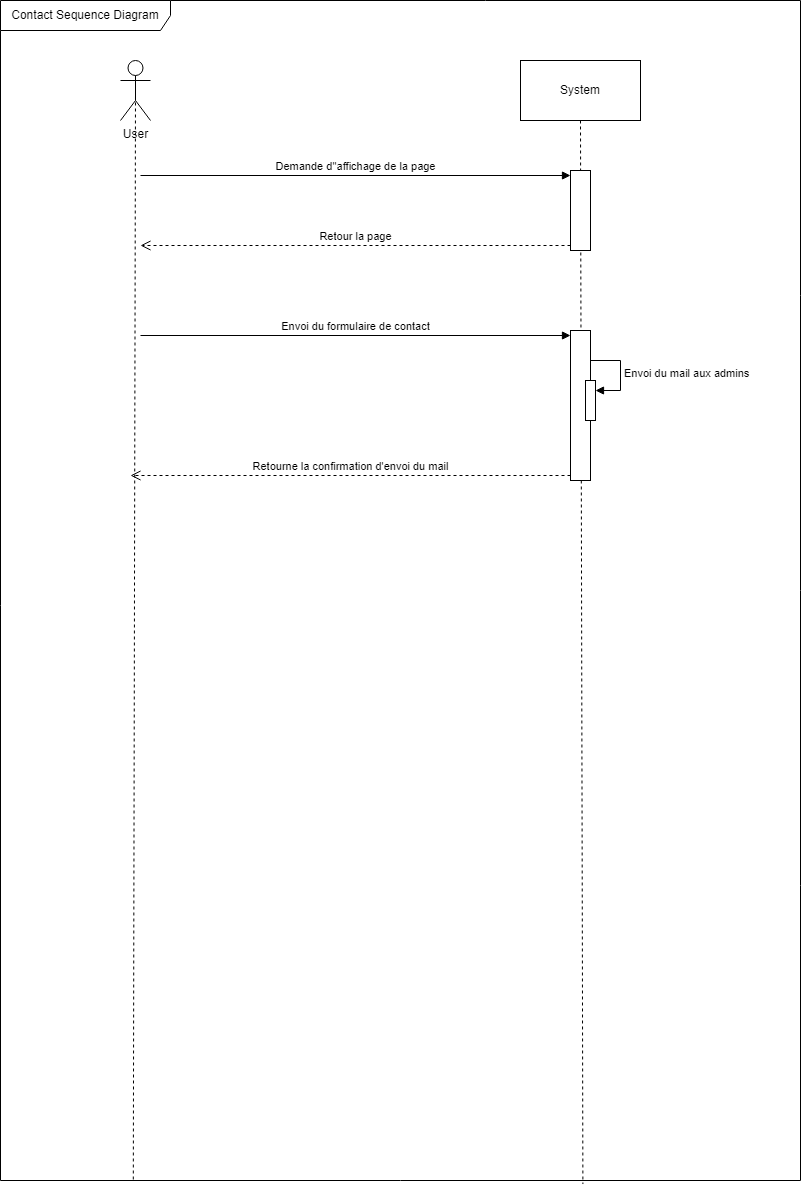
The draw.io diagram diagrammes/Projet_5_CHASSELOUP_Axel_DDS_ContactSequence.png in Axel92290/Projet_blog_php, before a commit. Source tidied: cells renumbered, new cells last; positions are measured from the earlier drawing's top-left corner, leaving out a move shared by most shapes. Its diagram source:
```xml
<mxGraphModel>
  <root>
    <mxCell id="0" />
    <mxCell id="1" parent="0" />
    <mxCell id="2" value="Contact Sequence Diagram" style="shape=umlFrame;whiteSpace=wrap;html=1;width=170;height=30;" parent="1" vertex="1">
      <mxGeometry width="800" height="1180" as="geometry" />
    </mxCell>
    <mxCell id="3" style="rounded=0;jettySize=auto;html=1;exitX=0.5;exitY=0.5;exitDx=0;exitDy=0;exitPerimeter=0;entryX=0.166;entryY=1.001;entryDx=0;entryDy=0;entryPerimeter=0;endArrow=none;endFill=0;dashed=1;" parent="1" edge="1" source="4" target="2">
      <mxGeometry relative="1" as="geometry" />
    </mxCell>
    <mxCell id="4" value="User&lt;br&gt;" style="shape=umlActor;verticalLabelPosition=bottom;verticalAlign=top;html=1;" parent="1" vertex="1">
      <mxGeometry x="120" y="60" width="30" height="60" as="geometry" />
    </mxCell>
    <mxCell id="5" style="rounded=0;jettySize=auto;html=1;exitX=0.5;exitY=1;exitDx=0;exitDy=0;entryX=0.728;entryY=1.003;entryDx=0;entryDy=0;entryPerimeter=0;endArrow=none;endFill=0;dashed=1;" parent="1" edge="1" source="6" target="2">
      <mxGeometry relative="1" as="geometry" />
    </mxCell>
    <mxCell id="6" value="System" style="rounded=0;whiteSpace=wrap;html=1;" parent="1" vertex="1">
      <mxGeometry x="520" y="60" width="120" height="60" as="geometry" />
    </mxCell>
    <mxCell id="7" style="html=1;points=[[0,0,0,0,5],[0,1,0,0,-5],[1,0,0,0,5],[1,1,0,0,-5]];perimeter=orthogonalPerimeter;outlineConnect=0;targetShapes=umlLifeline;portConstraint=eastwest;newEdgeStyle={&quot;curved&quot;:0,&quot;rounded&quot;:0};" parent="1" vertex="1">
      <mxGeometry x="570" y="170" width="20" height="80" as="geometry" />
    </mxCell>
    <mxCell id="8" value="Demande d''affichage de la page" style="html=1;verticalAlign=bottom;endArrow=block;curved=0;rounded=0;entryX=0;entryY=0;entryDx=0;entryDy=5;" parent="1" edge="1" target="7">
      <mxGeometry relative="1" as="geometry">
        <mxPoint x="140" y="175" as="sourcePoint" />
      </mxGeometry>
    </mxCell>
    <mxCell id="9" value="Retour la page" style="html=1;verticalAlign=bottom;endArrow=open;dashed=1;endSize=8;curved=0;rounded=0;exitX=0;exitY=1;exitDx=0;exitDy=-5;" parent="1" edge="1" source="7">
      <mxGeometry relative="1" as="geometry">
        <mxPoint x="140" y="245" as="targetPoint" />
      </mxGeometry>
    </mxCell>
    <mxCell id="10" style="html=1;points=[[0,0,0,0,5],[0,1,0,0,-5],[1,0,0,0,5],[1,1,0,0,-5]];perimeter=orthogonalPerimeter;outlineConnect=0;targetShapes=umlLifeline;portConstraint=eastwest;newEdgeStyle={&quot;curved&quot;:0,&quot;rounded&quot;:0};" parent="1" vertex="1">
      <mxGeometry x="570" y="330" width="20" height="150" as="geometry" />
    </mxCell>
    <mxCell id="11" value="Envoi du formulaire de contact" style="html=1;verticalAlign=bottom;endArrow=block;curved=0;rounded=0;entryX=0;entryY=0;entryDx=0;entryDy=5;" parent="1" edge="1" target="10">
      <mxGeometry relative="1" as="geometry">
        <mxPoint x="140" y="335" as="sourcePoint" />
      </mxGeometry>
    </mxCell>
    <mxCell id="12" value="Retourne la confirmation d'envoi du mail" style="html=1;verticalAlign=bottom;endArrow=open;dashed=1;endSize=8;curved=0;rounded=0;exitX=0;exitY=1;exitDx=0;exitDy=-5;" parent="1" edge="1" source="10">
      <mxGeometry relative="1" as="geometry">
        <mxPoint x="130" y="475" as="targetPoint" />
      </mxGeometry>
    </mxCell>
    <mxCell id="13" style="html=1;points=[[0,0,0,0,5],[0,1,0,0,-5],[1,0,0,0,5],[1,1,0,0,-5]];perimeter=orthogonalPerimeter;outlineConnect=0;targetShapes=umlLifeline;portConstraint=eastwest;newEdgeStyle={&quot;curved&quot;:0,&quot;rounded&quot;:0};" parent="1" vertex="1">
      <mxGeometry x="585" y="380" width="10" height="40" as="geometry" />
    </mxCell>
    <mxCell id="14" value="Envoi du mail aux admins" style="html=1;align=left;spacingLeft=2;endArrow=block;rounded=0;edgeStyle=orthogonalEdgeStyle;curved=0;rounded=0;" parent="1" edge="1" target="13">
      <mxGeometry relative="1" as="geometry">
        <mxPoint x="590" y="360" as="sourcePoint" />
        <Array as="points">
          <mxPoint x="620" y="390" />
        </Array>
      </mxGeometry>
    </mxCell>
  </root>
</mxGraphModel>
```
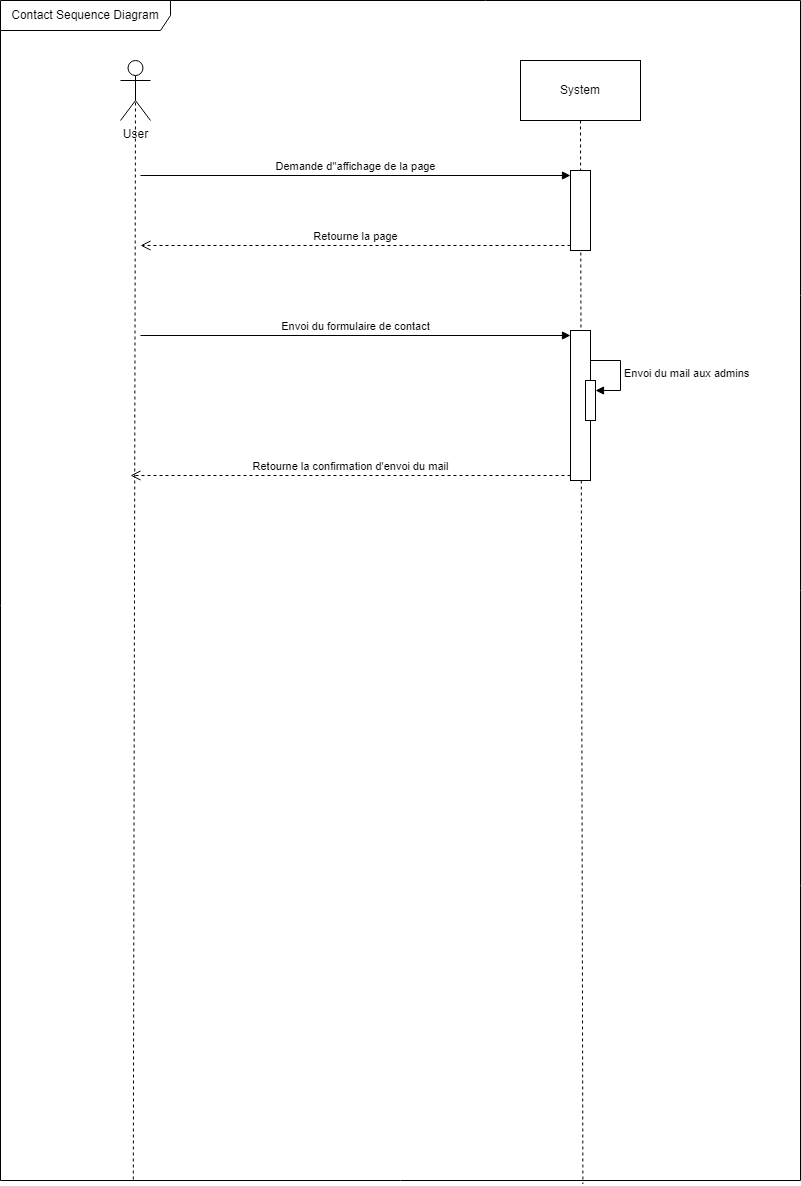
Above is the later version.

What changed in the source:
```diff
@@ -25,7 +25,7 @@
         <mxPoint x="140" y="175" as="sourcePoint" />
       </mxGeometry>
     </mxCell>
-    <mxCell id="9" value="Retour la page" style="html=1;verticalAlign=bottom;endArrow=open;dashed=1;endSize=8;curved=0;rounded=0;exitX=0;exitY=1;exitDx=0;exitDy=-5;" parent="1" edge="1" source="7">
+    <mxCell id="9" value="Retourne la page" style="html=1;verticalAlign=bottom;endArrow=open;dashed=1;endSize=8;curved=0;rounded=0;exitX=0;exitY=1;exitDx=0;exitDy=-5;" parent="1" edge="1" source="7">
       <mxGeometry relative="1" as="geometry">
         <mxPoint x="140" y="245" as="targetPoint" />
       </mxGeometry>
```
